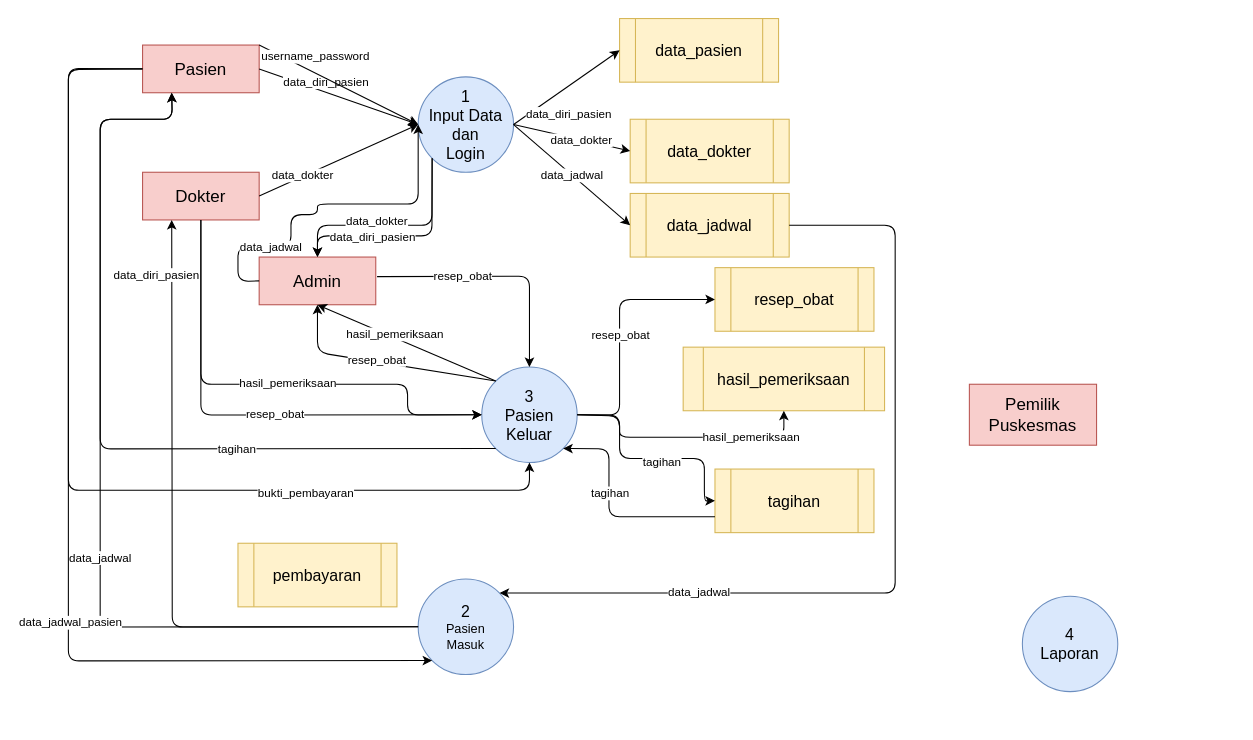
rshby/Belajar_Sertifikasi_System_Analist keeps this draw.io diagram as Sistem Informasi Puskesmas/DFD Level 0(drawio).drawio. Above is the earlier version. Source tidied: cells renumbered, new cells numbered last; positions are measured from the earlier drawing's top-left corner, leaving out a move shared by most shapes. Both pictures are drawn from the tidied source at 106%, with x=0, y=0 at pixel (68, 18).
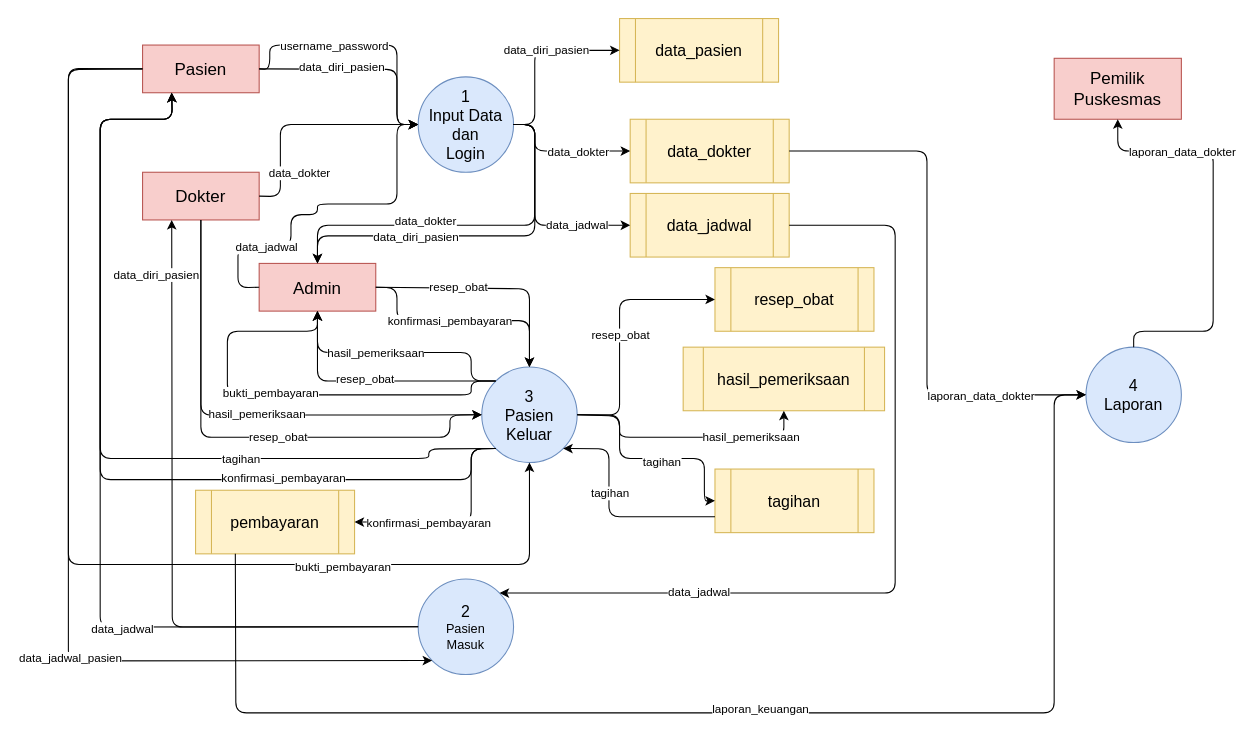
The same diagram, later.

The change refers to these unchanged cells:
```xml
<mxCell id="2" value="&lt;font style=&quot;font-size: 15px&quot;&gt;1&lt;br&gt;Input Data&lt;br&gt;dan&lt;br&gt;Login&lt;/font&gt;" style="ellipse;whiteSpace=wrap;html=1;fillColor=#dae8fc;strokeColor=#6c8ebf;" parent="1" vertex="1">
  <mxGeometry x="330" y="55" width="90" height="90" as="geometry" />
</mxCell>
<mxCell id="4" value="&lt;span style=&quot;font-size: 15px&quot;&gt;3&lt;br&gt;Pasien&lt;br&gt;Keluar&lt;br&gt;&lt;/span&gt;" style="ellipse;whiteSpace=wrap;html=1;fillColor=#dae8fc;strokeColor=#6c8ebf;" parent="1" vertex="1">
  <mxGeometry x="390" y="328.8" width="90" height="90" as="geometry" />
</mxCell>
<mxCell id="6" value="&lt;font style=&quot;font-size: 16px&quot;&gt;Pasien&lt;/font&gt;" style="rounded=0;whiteSpace=wrap;html=1;fillColor=#f8cecc;strokeColor=#b85450;" parent="1" vertex="1">
  <mxGeometry x="70" y="25" width="110" height="45" as="geometry" />
</mxCell>
<mxCell id="8" value="&lt;font style=&quot;font-size: 16px&quot;&gt;Dokter&lt;/font&gt;" style="rounded=0;whiteSpace=wrap;html=1;fillColor=#f8cecc;strokeColor=#b85450;" parent="1" vertex="1">
  <mxGeometry x="70" y="145" width="110" height="45" as="geometry" />
</mxCell>
<mxCell id="10" value="&lt;font style=&quot;font-size: 15px&quot;&gt;data_pasien&lt;/font&gt;" style="shape=process;whiteSpace=wrap;html=1;backgroundOutline=1;fillColor=#fff2cc;strokeColor=#d6b656;" parent="1" vertex="1">
  <mxGeometry x="520" width="150" height="60" as="geometry" />
</mxCell>
<mxCell id="11" value="&lt;font style=&quot;font-size: 15px&quot;&gt;data_dokter&lt;/font&gt;" style="shape=process;whiteSpace=wrap;html=1;backgroundOutline=1;fillColor=#fff2cc;strokeColor=#d6b656;" parent="1" vertex="1">
  <mxGeometry x="530" y="95" width="150" height="60" as="geometry" />
</mxCell>
<mxCell id="12" value="&lt;font style=&quot;font-size: 15px&quot;&gt;data_jadwal&lt;/font&gt;" style="shape=process;whiteSpace=wrap;html=1;backgroundOutline=1;fillColor=#fff2cc;strokeColor=#d6b656;" parent="1" vertex="1">
  <mxGeometry x="530" y="165" width="150" height="60" as="geometry" />
</mxCell>
<mxCell id="36" style="endArrow=classic;html=1;exitX=0;exitY=0.5;exitDx=0;exitDy=0;entryX=0.25;entryY=1;entryDx=0;entryDy=0;" parent="1" edge="1" source="3" target="6">
  <mxGeometry relative="1" as="geometry">
    <Array as="points">
      <mxPoint x="30" y="574" />
      <mxPoint x="30" y="95" />
      <mxPoint x="98" y="95" />
    </Array>
  </mxGeometry>
</mxCell>
<mxCell id="38" style="endArrow=classic;html=1;exitX=0;exitY=0.5;exitDx=0;exitDy=0;entryX=0;entryY=1;entryDx=0;entryDy=0;" parent="1" edge="1" source="6" target="3">
  <mxGeometry relative="1" as="geometry">
    <Array as="points">
      <mxPoint y="48" />
      <mxPoint y="606" />
    </Array>
  </mxGeometry>
</mxCell>
```

What changed in the source:
```diff
@@
     <mxCell id="5" value="&lt;span style=&quot;font-size: 15px&quot;&gt;4&lt;br&gt;Laporan&lt;br&gt;&lt;/span&gt;" style="ellipse;whiteSpace=wrap;html=1;fillColor=#dae8fc;strokeColor=#6c8ebf;" parent="1" vertex="1">
-      <mxGeometry x="900" y="545" width="90" height="90" as="geometry" />
+      <mxGeometry x="960" y="310" width="90" height="90" as="geometry" />
     </mxCell>
@@
     <mxCell id="7" value="&lt;font style=&quot;font-size: 16px&quot;&gt;Admin&lt;/font&gt;" style="rounded=0;whiteSpace=wrap;html=1;fillColor=#f8cecc;strokeColor=#b85450;" parent="1" vertex="1">
-      <mxGeometry x="180" y="225" width="110" height="45" as="geometry" />
+      <mxGeometry x="180" y="231" width="110" height="45" as="geometry" />
     </mxCell>
@@
     <mxCell id="9" value="&lt;font style=&quot;font-size: 16px&quot;&gt;Pemilik&lt;br&gt;Puskesmas&lt;br&gt;&lt;/font&gt;" style="rounded=0;whiteSpace=wrap;html=1;fillColor=#f8cecc;strokeColor=#b85450;" parent="1" vertex="1">
-      <mxGeometry x="850" y="345" width="120" height="57.5" as="geometry" />
+      <mxGeometry x="930" y="37.5" width="120" height="57.5" as="geometry" />
     </mxCell>
@@
     <mxCell id="15" value="&lt;font style=&quot;font-size: 15px&quot;&gt;pembayaran&lt;/font&gt;" style="shape=process;whiteSpace=wrap;html=1;backgroundOutline=1;fillColor=#fff2cc;strokeColor=#d6b656;" parent="1" vertex="1">
-      <mxGeometry x="160" y="495" width="150" height="60" as="geometry" />
+      <mxGeometry x="120" y="445" width="150" height="60" as="geometry" />
     </mxCell>
@@
     <mxCell id="17" style="endArrow=classic;html=1;exitX=1;exitY=0.5;exitDx=0;exitDy=0;entryX=0;entryY=0.5;entryDx=0;entryDy=0;" parent="1" edge="1" source="6" target="2">
-      <mxGeometry relative="1" as="geometry" />
+      <mxGeometry relative="1" as="geometry">
+        <Array as="points">
+          <mxPoint x="310" y="48" />
+          <mxPoint x="310" y="100" />
+        </Array>
+      </mxGeometry>
     </mxCell>
@@
-    <mxCell id="19" style="endArrow=classic;html=1;exitX=0;exitY=1;exitDx=0;exitDy=0;entryX=0.5;entryY=0;entryDx=0;entryDy=0;" parent="1" edge="1" source="2" target="7">
+    <mxCell id="19" style="endArrow=classic;html=1;exitX=1;exitY=0.5;exitDx=0;exitDy=0;entryX=0.5;entryY=0;entryDx=0;entryDy=0;" parent="1" edge="1" source="2" target="7">
       <mxGeometry relative="1" as="geometry">
         <Array as="points">
-          <mxPoint x="343" y="205" />
+          <mxPoint x="440" y="100" />
+          <mxPoint x="440" y="205" />
           <mxPoint x="235" y="205" />
         </Array>
       </mxGeometry>
     </mxCell>
@@
-    <mxCell id="21" style="endArrow=classic;html=1;exitX=1;exitY=0;exitDx=0;exitDy=0;entryX=0;entryY=0.5;entryDx=0;entryDy=0;" parent="1" edge="1" source="6" target="2">
-      <mxGeometry relative="1" as="geometry" />
+    <mxCell id="21" style="endArrow=classic;html=1;exitX=1;exitY=0.5;exitDx=0;exitDy=0;entryX=0;entryY=0.5;entryDx=0;entryDy=0;" parent="1" edge="1" source="6" target="2">
+      <mxGeometry relative="1" as="geometry">
+        <Array as="points">
+          <mxPoint x="190" y="48" />
+          <mxPoint x="190" y="25" />
+          <mxPoint x="310" y="25" />
+          <mxPoint x="310" y="100" />
+        </Array>
+      </mxGeometry>
     </mxCell>
     <mxCell id="22" value="username_password" style="edgeLabel;html=1;align=center;verticalAlign=middle;" parent="21" vertex="1">
       <mxGeometry x="-0.72" relative="1" as="geometry">
-        <mxPoint x="32" as="offset" />
+        <mxPoint x="58.3" as="offset" />
       </mxGeometry>
     </mxCell>
     <mxCell id="23" style="endArrow=classic;html=1;exitX=1;exitY=0.5;exitDx=0;exitDy=0;entryX=0;entryY=0.5;entryDx=0;entryDy=0;" parent="1" edge="1" source="2" target="10">
-      <mxGeometry relative="1" as="geometry" />
+      <mxGeometry relative="1" as="geometry">
+        <Array as="points">
+          <mxPoint x="440" y="100" />
+          <mxPoint x="440" y="30" />
+        </Array>
+      </mxGeometry>
     </mxCell>
     <mxCell id="24" value="data_diri_pasien" style="edgeLabel;html=1;align=center;verticalAlign=middle;" parent="23" vertex="1">
       <mxGeometry x="-0.71" relative="1" as="geometry">
-        <mxPoint x="36.6" as="offset" />
+        <mxPoint x="10" y="-65.4" as="offset" />
       </mxGeometry>
     </mxCell>
     <mxCell id="25" style="endArrow=classic;html=1;exitX=1;exitY=0.5;exitDx=0;exitDy=0;entryX=0;entryY=0.5;entryDx=0;entryDy=0;" parent="1" edge="1" source="8" target="2">
-      <mxGeometry relative="1" as="geometry" />
+      <mxGeometry relative="1" as="geometry">
+        <Array as="points">
+          <mxPoint x="200" y="168" />
+          <mxPoint x="200" y="100" />
+        </Array>
+      </mxGeometry>
     </mxCell>
@@
-    <mxCell id="27" style="endArrow=classic;html=1;exitX=0;exitY=1;exitDx=0;exitDy=0;entryX=0.5;entryY=0;entryDx=0;entryDy=0;" parent="1" edge="1" source="2" target="7">
+    <mxCell id="27" style="endArrow=classic;html=1;exitX=1;exitY=0.5;exitDx=0;exitDy=0;entryX=0.5;entryY=0;entryDx=0;entryDy=0;" parent="1" edge="1" source="2" target="7">
       <mxGeometry relative="1" as="geometry">
         <Array as="points">
-          <mxPoint x="343" y="195" />
+          <mxPoint x="440" y="100" />
+          <mxPoint x="440" y="195" />
           <mxPoint x="235" y="195" />
         </Array>
       </mxGeometry>
     </mxCell>
@@
     <mxCell id="29" style="endArrow=classic;html=1;exitX=1;exitY=0.5;exitDx=0;exitDy=0;entryX=0;entryY=0.5;entryDx=0;entryDy=0;" parent="1" edge="1" source="2" target="11">
-      <mxGeometry relative="1" as="geometry" />
+      <mxGeometry relative="1" as="geometry">
+        <Array as="points">
+          <mxPoint x="440" y="100" />
+          <mxPoint x="440" y="125" />
+        </Array>
+      </mxGeometry>
     </mxCell>
     <mxCell id="30" value="data_dokter" style="edgeLabel;html=1;align=center;verticalAlign=middle;" parent="29" vertex="1">
       <mxGeometry x="-0.29" y="-1" relative="1" as="geometry">
-        <mxPoint x="24.8" y="4.5" as="offset" />
+        <mxPoint x="37.1" y="-1" as="offset" />
       </mxGeometry>
     </mxCell>
     <mxCell id="31" style="endArrow=classic;html=1;exitX=0;exitY=0.5;exitDx=0;exitDy=0;entryX=0;entryY=0.5;entryDx=0;entryDy=0;" parent="1" edge="1" source="7" target="2">
       <mxGeometry relative="1" as="geometry">
         <Array as="points">
-          <mxPoint x="160" y="248" />
+          <mxPoint x="160" y="254" />
           <mxPoint x="160" y="215" />
           <mxPoint x="210" y="215" />
           <mxPoint x="210" y="185" />
           <mxPoint x="235" y="185" />
           <mxPoint x="235" y="175" />
-          <mxPoint x="330" y="175" />
+          <mxPoint x="310" y="175" />
+          <mxPoint x="310" y="100" />
         </Array>
       </mxGeometry>
     </mxCell>
@@
     <mxCell id="33" value="data_jadwal" style="endArrow=classic;html=1;exitX=1;exitY=0.5;exitDx=0;exitDy=0;entryX=0;entryY=0.5;entryDx=0;entryDy=0;" parent="1" edge="1" source="2" target="12">
-      <mxGeometry relative="1" as="geometry" />
+      <mxGeometry x="0.51" relative="1" as="geometry">
+        <Array as="points">
+          <mxPoint x="440" y="100" />
+          <mxPoint x="440" y="195" />
+        </Array>
+      </mxGeometry>
     </mxCell>
@@
     <mxCell id="37" value="data_jadwal" style="edgeLabel;html=1;align=center;verticalAlign=middle;" parent="36" vertex="1">
-      <mxGeometry x="-0.16" y="1" relative="1" as="geometry" />
+      <mxGeometry x="-0.16" y="1" relative="1" as="geometry">
+        <mxPoint x="21" y="67.2" as="offset" />
+      </mxGeometry>
     </mxCell>
@@
     <mxCell id="39" value="data_jadwal_pasien" style="edgeLabel;html=1;align=center;verticalAlign=middle;" parent="38" vertex="1">
-      <mxGeometry x="0.22" y="1" relative="1" as="geometry" />
+      <mxGeometry x="0.22" y="1" relative="1" as="geometry">
+        <mxPoint y="33.3" as="offset" />
+      </mxGeometry>
     </mxCell>
@@
     <mxCell id="42" style="endArrow=classic;html=1;exitX=0.5;exitY=1;exitDx=0;exitDy=0;entryX=0;entryY=0.5;entryDx=0;entryDy=0;" parent="1" edge="1" source="8" target="4">
       <mxGeometry relative="1" as="geometry">
         <Array as="points">
-          <mxPoint x="125" y="345" />
-          <mxPoint x="320" y="345" />
+          <mxPoint x="125" y="374" />
           <mxPoint x="320" y="374" />
         </Array>
       </mxGeometry>
     </mxCell>
@@
     <mxCell id="46" style="endArrow=classic;html=1;exitX=0.5;exitY=1;exitDx=0;exitDy=0;entryX=0;entryY=0.5;entryDx=0;entryDy=0;" parent="1" edge="1" source="8" target="4">
       <mxGeometry relative="1" as="geometry">
         <Array as="points">
-          <mxPoint x="125" y="374" />
+          <mxPoint x="125" y="395" />
+          <mxPoint x="360" y="395" />
+          <mxPoint x="360" y="374" />
         </Array>
       </mxGeometry>
     </mxCell>
@@
     <mxCell id="50" style="endArrow=classic;html=1;exitX=0;exitY=0;exitDx=0;exitDy=0;entryX=0.5;entryY=1;entryDx=0;entryDy=0;" parent="1" edge="1" source="4" target="7">
-      <mxGeometry relative="1" as="geometry" />
+      <mxGeometry relative="1" as="geometry">
+        <Array as="points">
+          <mxPoint x="380" y="342" />
+          <mxPoint x="380" y="315" />
+          <mxPoint x="235" y="315" />
+          <mxPoint x="235" y="295" />
+        </Array>
+      </mxGeometry>
     </mxCell>
     <mxCell id="51" value="hasil_pemeriksaan" style="edgeLabel;html=1;align=center;verticalAlign=middle;" parent="50" vertex="1">
       <mxGeometry x="0.5" relative="1" as="geometry">
-        <mxPoint x="30" y="9.2" as="offset" />
+        <mxPoint x="35.8" as="offset" />
       </mxGeometry>
     </mxCell>
     <mxCell id="52" style="endArrow=classic;html=1;exitX=0;exitY=0;exitDx=0;exitDy=0;entryX=0.5;entryY=1;entryDx=0;entryDy=0;" parent="1" edge="1" source="4" target="7">
       <mxGeometry relative="1" as="geometry">
         <Array as="points">
-          <mxPoint x="235" y="315" />
+          <mxPoint x="235" y="342" />
         </Array>
       </mxGeometry>
     </mxCell>
@@
-    <mxCell id="54" style="endArrow=classic;html=1;exitX=1.011;exitY=0.41;exitDx=0;exitDy=0;exitPerimeter=0;entryX=0.5;entryY=0;entryDx=0;entryDy=0;" parent="1" edge="1" source="7" target="4">
+    <mxCell id="54" style="endArrow=classic;html=1;exitX=1;exitY=0.5;exitDx=0;exitDy=0;entryX=0.5;entryY=0;entryDx=0;entryDy=0;" parent="1" edge="1" source="7" target="4">
       <mxGeometry relative="1" as="geometry">
         <Array as="points">
-          <mxPoint x="435" y="243" />
+          <mxPoint x="435" y="255" />
         </Array>
       </mxGeometry>
     </mxCell>
@@
     <mxCell id="60" style="endArrow=classic;html=1;exitX=0;exitY=1;exitDx=0;exitDy=0;entryX=0.25;entryY=1;entryDx=0;entryDy=0;" parent="1" edge="1" source="4" target="6">
       <mxGeometry relative="1" as="geometry">
         <Array as="points">
-          <mxPoint x="30" y="406" />
+          <mxPoint x="340" y="406" />
+          <mxPoint x="340" y="415" />
+          <mxPoint x="30" y="415" />
           <mxPoint x="30" y="95" />
           <mxPoint x="98" y="95" />
         </Array>
       </mxGeometry>
     </mxCell>
@@
     <mxCell id="62" style="endArrow=classic;html=1;exitX=0;exitY=0.5;exitDx=0;exitDy=0;entryX=0.5;entryY=1;entryDx=0;entryDy=0;" parent="1" edge="1" source="6" target="4">
       <mxGeometry relative="1" as="geometry">
         <Array as="points">
           <mxPoint y="47" />
-          <mxPoint y="445" />
-          <mxPoint x="435" y="445" />
+          <mxPoint y="515" />
+          <mxPoint x="435" y="515" />
         </Array>
       </mxGeometry>
     </mxCell>
@@
+    <mxCell id="64" style="endArrow=classic;html=1;exitX=0;exitY=0;exitDx=0;exitDy=0;entryX=0.5;entryY=1;entryDx=0;entryDy=0;" parent="1" edge="1" source="4" target="7">
+      <mxGeometry relative="1" as="geometry">
+        <Array as="points">
+          <mxPoint x="380" y="342" />
+          <mxPoint x="380" y="355" />
+          <mxPoint x="150" y="355" />
+          <mxPoint x="150" y="295" />
+          <mxPoint x="235" y="295" />
+        </Array>
+      </mxGeometry>
+    </mxCell>
+    <mxCell id="65" value="bukti_pembayaran" style="edgeLabel;html=1;align=center;verticalAlign=middle;" parent="64" vertex="1">
+      <mxGeometry x="0.26" y="-22" relative="1" as="geometry">
+        <mxPoint x="18" y="3.8" as="offset" />
+      </mxGeometry>
+    </mxCell>
+    <mxCell id="66" style="endArrow=classic;html=1;exitX=1;exitY=0.5;exitDx=0;exitDy=0;entryX=0.5;entryY=0;entryDx=0;entryDy=0;" parent="1" edge="1" source="7" target="4">
+      <mxGeometry relative="1" as="geometry">
+        <Array as="points">
+          <mxPoint x="310" y="254" />
+          <mxPoint x="310" y="285" />
+          <mxPoint x="435" y="285" />
+        </Array>
+      </mxGeometry>
+    </mxCell>
+    <mxCell id="67" value="konfirmasi_pembayaran" style="edgeLabel;html=1;align=center;verticalAlign=middle;" parent="66" vertex="1">
+      <mxGeometry x="-0.42" relative="1" as="geometry">
+        <mxPoint x="37" as="offset" />
+      </mxGeometry>
+    </mxCell>
+    <mxCell id="68" style="endArrow=classic;html=1;exitX=0;exitY=1;exitDx=0;exitDy=0;entryX=1;entryY=0.5;entryDx=0;entryDy=0;" parent="1" edge="1" source="4" target="15">
+      <mxGeometry relative="1" as="geometry">
+        <Array as="points">
+          <mxPoint x="380" y="406" />
+          <mxPoint x="380" y="475" />
+        </Array>
+      </mxGeometry>
+    </mxCell>
+    <mxCell id="69" value="konfirmasi_pembayaran" style="edgeLabel;html=1;align=center;verticalAlign=middle;" parent="68" vertex="1">
+      <mxGeometry x="0.68" relative="1" as="geometry">
+        <mxPoint x="37.8" as="offset" />
+      </mxGeometry>
+    </mxCell>
+    <mxCell id="70" style="endArrow=classic;html=1;exitX=0;exitY=1;exitDx=0;exitDy=0;entryX=0.25;entryY=1;entryDx=0;entryDy=0;" parent="1" edge="1" source="4" target="6">
+      <mxGeometry relative="1" as="geometry">
+        <Array as="points">
+          <mxPoint x="380" y="406" />
+          <mxPoint x="380" y="435" />
+          <mxPoint x="30" y="435" />
+          <mxPoint x="30" y="95" />
+          <mxPoint x="98" y="95" />
+        </Array>
+      </mxGeometry>
+    </mxCell>
+    <mxCell id="71" value="konfirmasi_pembayaran" style="edgeLabel;html=1;align=center;verticalAlign=middle;" parent="70" vertex="1">
+      <mxGeometry x="-0.45" y="-2" relative="1" as="geometry" />
+    </mxCell>
+    <mxCell id="72" style="endArrow=classic;html=1;exitX=1;exitY=0.5;exitDx=0;exitDy=0;entryX=0;entryY=0.5;entryDx=0;entryDy=0;" parent="1" edge="1" source="11" target="5">
+      <mxGeometry relative="1" as="geometry">
+        <Array as="points">
+          <mxPoint x="810" y="125" />
+          <mxPoint x="810" y="355" />
+        </Array>
+      </mxGeometry>
+    </mxCell>
+    <mxCell id="73" value="laporan_data_dokter" style="edgeLabel;html=1;align=center;verticalAlign=middle;" parent="72" vertex="1">
+      <mxGeometry x="0.57" relative="1" as="geometry">
+        <mxPoint x="10.7" as="offset" />
+      </mxGeometry>
+    </mxCell>
+    <mxCell id="74" style="endArrow=classic;html=1;exitX=0.5;exitY=0;exitDx=0;exitDy=0;entryX=0.5;entryY=1;entryDx=0;entryDy=0;" parent="1" edge="1" source="5" target="9">
+      <mxGeometry relative="1" as="geometry">
+        <Array as="points">
+          <mxPoint x="1005" y="295" />
+          <mxPoint x="1080" y="295" />
+          <mxPoint x="1080" y="125" />
+          <mxPoint x="990" y="125" />
+        </Array>
+      </mxGeometry>
+    </mxCell>
+    <mxCell id="75" value="laporan_data_dokter" style="edgeLabel;html=1;align=center;verticalAlign=middle;" parent="74" vertex="1">
+      <mxGeometry x="-0.79" y="-1" relative="1" as="geometry">
+        <mxPoint x="20" y="-171" as="offset" />
+      </mxGeometry>
+    </mxCell>
+    <mxCell id="76" style="endArrow=classic;html=1;exitX=0.25;exitY=1;exitDx=0;exitDy=0;entryX=0;entryY=0.5;entryDx=0;entryDy=0;" parent="1" edge="1" source="15" target="5">
+      <mxGeometry relative="1" as="geometry">
+        <Array as="points">
+          <mxPoint x="158" y="655" />
+          <mxPoint x="930" y="655" />
+          <mxPoint x="930" y="355" />
+        </Array>
+      </mxGeometry>
+    </mxCell>
+    <mxCell id="77" value="laporan_keuangan" style="edgeLabel;html=1;align=center;verticalAlign=middle;" parent="76" vertex="1">
+      <mxGeometry x="0.03" y="4" relative="1" as="geometry" />
+    </mxCell>
```
